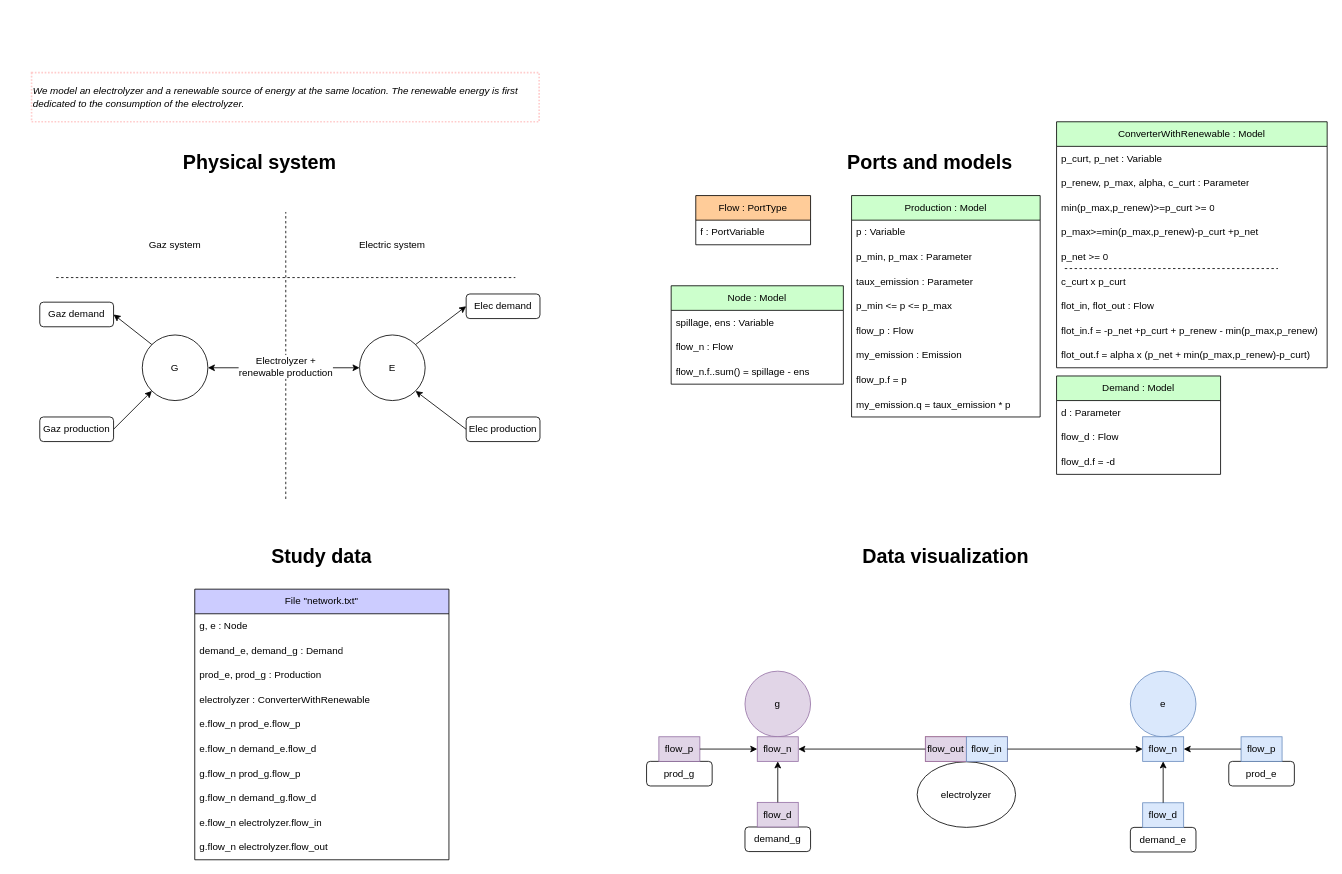
Above: page "unique_system" (2 of 3) of models-design/systems/electrolyzer_subject_to_renawable.drawio in AntaresSimulatorTeam/andromede-modeling-prototype (draw.io), before the change. Source tidied: cells renumbered, new cells numbered last; positions are measured from the earlier drawing's top-left corner, leaving out a move shared by most shapes. Both pictures are drawn from the tidied source at 82%, with x=0, y=0 at pixel (14, 72).
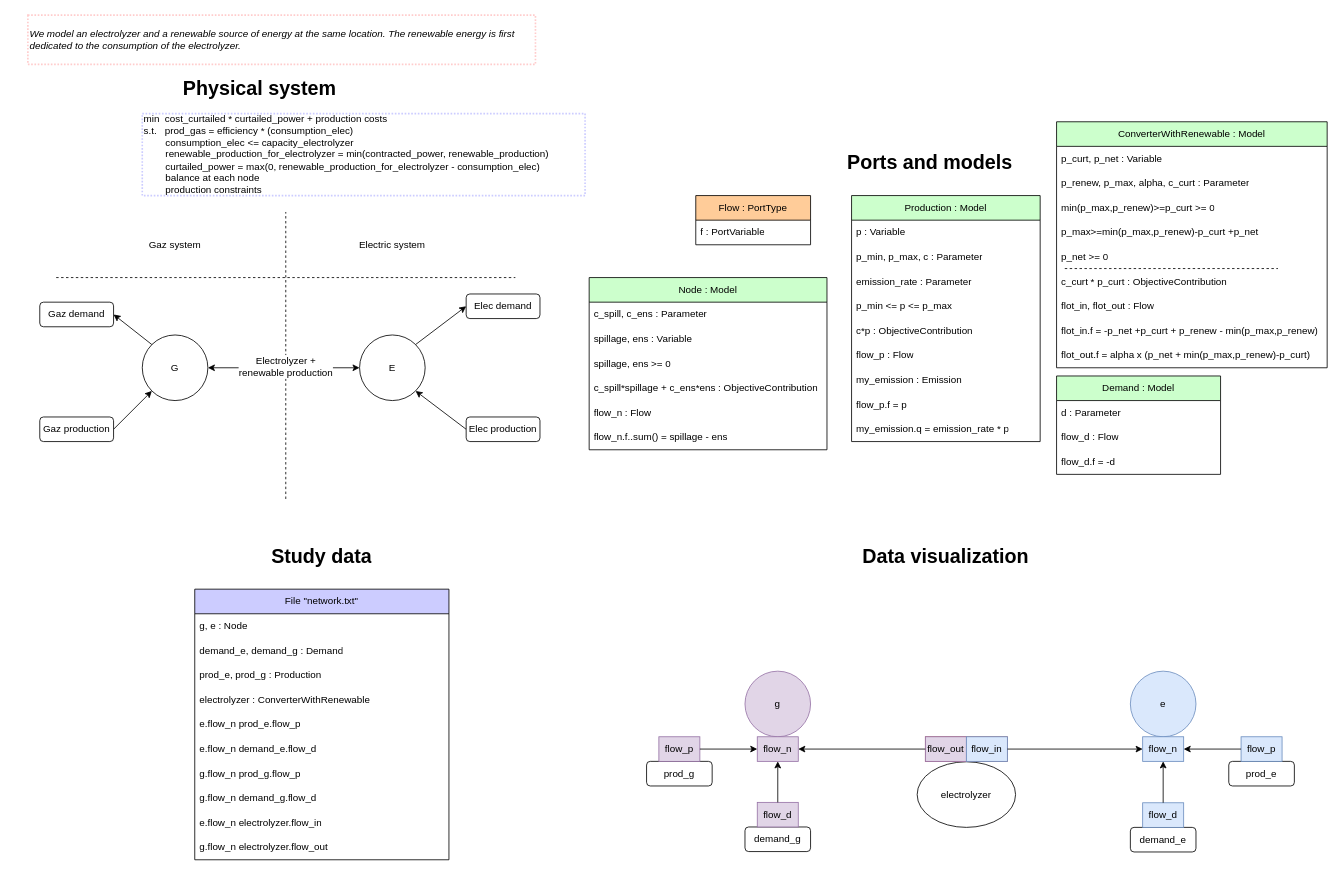
Above is the later version.

Unchanged cells that the change refers to:
```xml
<mxCell id="20" style="group;" parent="1" vertex="1">
  <mxGeometry x="781" y="90" width="820" height="460" as="geometry" />
</mxCell>
<mxCell id="28" value="&lt;font color=&quot;#000000&quot;&gt;ConverterWithRenewable : Model&lt;/font&gt;" style="swimlane;fontStyle=0;horizontal=1;startSize=30;whiteSpace=wrap;html=1;fillColor=#CCFFCC;" parent="20" vertex="1">
  <mxGeometry x="490" y="-30" width="330" height="300" as="geometry" />
</mxCell>
```

What changed in the source:
```diff
@@
     <mxCell id="19" value="&lt;h1&gt;Physical system&lt;br&gt;&lt;/h1&gt;" style="text;html=1;strokeColor=none;fillColor=none;spacing=5;spacingTop=-20;whiteSpace=wrap;overflow=hidden;rounded=0;" parent="1" vertex="1">
-      <mxGeometry x="201" y="90" width="250" height="40" as="geometry" />
+      <mxGeometry x="201" width="250" height="40" as="geometry" />
     </mxCell>
@@
-    <mxCell id="24" value="Node : Model" style="swimlane;fontStyle=0;horizontal=1;startSize=30;whiteSpace=wrap;html=1;fillColor=#CCFFCC;fontColor=#000000;" parent="20" vertex="1">
-      <mxGeometry x="20" y="170" width="210" height="120" as="geometry" />
-    </mxCell>
-    <mxCell id="25" value="spillage, ens : Variable" style="text;strokeColor=none;fillColor=none;align=left;verticalAlign=middle;spacingLeft=4;spacingRight=4;overflow=hidden;whiteSpace=wrap;html=1;" parent="24" vertex="1">
-      <mxGeometry y="30" width="210" height="30" as="geometry" />
-    </mxCell>
-    <mxCell id="26" value="flow_n : Flow" style="text;strokeColor=none;fillColor=none;align=left;verticalAlign=middle;spacingLeft=4;spacingRight=4;overflow=hidden;whiteSpace=wrap;html=1;" parent="24" vertex="1">
-      <mxGeometry y="60" width="210" height="30" as="geometry" />
-    </mxCell>
-    <mxCell id="27" value="flow_n.f..sum() = spillage - ens" style="text;strokeColor=none;fillColor=none;align=left;verticalAlign=middle;spacingLeft=4;spacingRight=4;overflow=hidden;whiteSpace=wrap;html=1;" parent="24" vertex="1">
-      <mxGeometry y="90" width="210" height="30" as="geometry" />
-    </mxCell>
@@
-    <mxCell id="34" value="c_curt x p_curt" style="text;strokeColor=none;fillColor=none;align=left;verticalAlign=middle;spacingLeft=4;spacingRight=4;overflow=hidden;whiteSpace=wrap;html=1;" parent="28" vertex="1">
+    <mxCell id="34" value="c_curt * p_curt : ObjectiveContribution" style="text;strokeColor=none;fillColor=none;align=left;verticalAlign=middle;spacingLeft=4;spacingRight=4;overflow=hidden;whiteSpace=wrap;html=1;" parent="28" vertex="1">
       <mxGeometry y="180" width="330" height="30" as="geometry" />
     </mxCell>
@@
+    <mxCell id="24" value="Node : Model" style="swimlane;fontStyle=0;horizontal=1;startSize=30;whiteSpace=wrap;html=1;fillColor=#CCFFCC;fontColor=#000000;" parent="20" vertex="1">
+      <mxGeometry x="-80" y="160" width="290" height="210" as="geometry" />
+    </mxCell>
+    <mxCell id="97" value="c_spill, c_ens : Parameter" style="text;strokeColor=none;fillColor=none;align=left;verticalAlign=middle;spacingLeft=4;spacingRight=4;overflow=hidden;whiteSpace=wrap;html=1;" parent="24" vertex="1">
+      <mxGeometry y="30" width="290" height="30" as="geometry" />
+    </mxCell>
+    <mxCell id="25" value="spillage, ens : Variable" style="text;strokeColor=none;fillColor=none;align=left;verticalAlign=middle;spacingLeft=4;spacingRight=4;overflow=hidden;whiteSpace=wrap;html=1;" parent="24" vertex="1">
+      <mxGeometry y="60" width="290" height="30" as="geometry" />
+    </mxCell>
+    <mxCell id="98" value="spillage, ens &amp;gt;= 0" style="text;strokeColor=none;fillColor=none;align=left;verticalAlign=middle;spacingLeft=4;spacingRight=4;overflow=hidden;whiteSpace=wrap;html=1;" parent="24" vertex="1">
+      <mxGeometry y="90" width="290" height="30" as="geometry" />
+    </mxCell>
+    <mxCell id="99" value="c_spill*spillage + c_ens*ens : ObjectiveContribution" style="text;strokeColor=none;fillColor=none;align=left;verticalAlign=middle;spacingLeft=4;spacingRight=4;overflow=hidden;whiteSpace=wrap;html=1;" parent="24" vertex="1">
+      <mxGeometry y="120" width="290" height="30" as="geometry" />
+    </mxCell>
+    <mxCell id="26" value="flow_n : Flow" style="text;strokeColor=none;fillColor=none;align=left;verticalAlign=middle;spacingLeft=4;spacingRight=4;overflow=hidden;whiteSpace=wrap;html=1;" parent="24" vertex="1">
+      <mxGeometry y="150" width="290" height="30" as="geometry" />
+    </mxCell>
+    <mxCell id="27" value="flow_n.f..sum() = spillage - ens" style="text;strokeColor=none;fillColor=none;align=left;verticalAlign=middle;spacingLeft=4;spacingRight=4;overflow=hidden;whiteSpace=wrap;html=1;" parent="24" vertex="1">
+      <mxGeometry y="180" width="290" height="30" as="geometry" />
+    </mxCell>
@@
     <mxCell id="87" value="Production : Model" style="swimlane;fontStyle=0;horizontal=1;startSize=30;whiteSpace=wrap;html=1;fillColor=#CCFFCC;fontColor=#000000;" parent="1" vertex="1">
-      <mxGeometry x="1021" y="150" width="230" height="270" as="geometry" />
+      <mxGeometry x="1021" y="150" width="230" height="300" as="geometry" />
     </mxCell>
@@
-    <mxCell id="89" value="p_min, p_max : Parameter" style="text;strokeColor=none;fillColor=none;align=left;verticalAlign=middle;spacingLeft=4;spacingRight=4;overflow=hidden;whiteSpace=wrap;html=1;" parent="87" vertex="1">
+    <mxCell id="89" value="p_min, p_max, c : Parameter" style="text;strokeColor=none;fillColor=none;align=left;verticalAlign=middle;spacingLeft=4;spacingRight=4;overflow=hidden;whiteSpace=wrap;html=1;" parent="87" vertex="1">
       <mxGeometry y="60" width="230" height="30" as="geometry" />
     </mxCell>
-    <mxCell id="90" value="taux_emission : Parameter" style="text;strokeColor=none;fillColor=none;align=left;verticalAlign=middle;spacingLeft=4;spacingRight=4;overflow=hidden;whiteSpace=wrap;html=1;" parent="87" vertex="1">
+    <mxCell id="90" value="emission_rate : Parameter" style="text;strokeColor=none;fillColor=none;align=left;verticalAlign=middle;spacingLeft=4;spacingRight=4;overflow=hidden;whiteSpace=wrap;html=1;" parent="87" vertex="1">
       <mxGeometry y="90" width="230" height="30" as="geometry" />
     </mxCell>
@@
+    <mxCell id="100" value="c*p : ObjectiveContribution" style="text;strokeColor=none;fillColor=none;align=left;verticalAlign=middle;spacingLeft=4;spacingRight=4;overflow=hidden;whiteSpace=wrap;html=1;" parent="87" vertex="1">
+      <mxGeometry y="150" width="230" height="30" as="geometry" />
+    </mxCell>
     <mxCell id="92" value="flow_p : Flow" style="text;strokeColor=none;fillColor=none;align=left;verticalAlign=middle;spacingLeft=4;spacingRight=4;overflow=hidden;whiteSpace=wrap;html=1;" parent="87" vertex="1">
-      <mxGeometry y="150" width="230" height="30" as="geometry" />
+      <mxGeometry y="180" width="230" height="30" as="geometry" />
     </mxCell>
     <mxCell id="93" value="my_emission : Emission" style="text;strokeColor=none;fillColor=none;align=left;verticalAlign=middle;spacingLeft=4;spacingRight=4;overflow=hidden;whiteSpace=wrap;html=1;" parent="87" vertex="1">
-      <mxGeometry y="180" width="230" height="30" as="geometry" />
+      <mxGeometry y="210" width="230" height="30" as="geometry" />
     </mxCell>
     <mxCell id="94" value="flow_p.f = p" style="text;strokeColor=none;fillColor=none;align=left;verticalAlign=middle;spacingLeft=4;spacingRight=4;overflow=hidden;whiteSpace=wrap;html=1;" parent="87" vertex="1">
-      <mxGeometry y="210" width="230" height="30" as="geometry" />
+      <mxGeometry y="240" width="230" height="30" as="geometry" />
     </mxCell>
-    <mxCell id="95" value="my_emission.q = taux_emission * p" style="text;strokeColor=none;fillColor=none;align=left;verticalAlign=middle;spacingLeft=4;spacingRight=4;overflow=hidden;whiteSpace=wrap;html=1;" parent="87" vertex="1">
-      <mxGeometry y="240" width="230" height="30" as="geometry" />
+    <mxCell id="95" value="my_emission.q = emission_rate * p" style="text;strokeColor=none;fillColor=none;align=left;verticalAlign=middle;spacingLeft=4;spacingRight=4;overflow=hidden;whiteSpace=wrap;html=1;" parent="87" vertex="1">
+      <mxGeometry y="270" width="230" height="30" as="geometry" />
     </mxCell>
     <mxCell id="96" value="&lt;i&gt;We model an electrolyzer and a renewable source of energy at the same location. The renewable energy is first dedicated to the consumption of the electrolyzer.&lt;/i&gt;" style="text;html=1;strokeColor=#FFCCCC;fillColor=none;align=left;verticalAlign=middle;whiteSpace=wrap;rounded=0;dashed=1;dashPattern=1 1;strokeWidth=2;" parent="1" vertex="1">
-      <mxGeometry x="21" width="619" height="60" as="geometry" />
+      <mxGeometry x="16.5" y="-70" width="619" height="60" as="geometry" />
     </mxCell>
+    <mxCell id="101" value="min&amp;nbsp; cost_curtailed * curtailed_power + production costs&amp;nbsp;&lt;br&gt;s.t.&amp;nbsp; &amp;nbsp;prod_gas = efficiency * (consumption_elec)&amp;nbsp;&lt;br&gt;&lt;span style=&quot;white-space: pre;&quot;&gt;&#9;&lt;/span&gt;consumption_elec &amp;lt;= capacity_electrolyzer&lt;br&gt;&lt;span style=&quot;white-space: pre;&quot;&gt;&#9;&lt;/span&gt;renewable_production_for_electrolyzer = min(contracted_power, renewable_production)&lt;br&gt;&lt;span style=&quot;white-space: pre;&quot;&gt;&#9;&lt;/span&gt;curtailed_power = max(0, renewable_production_for_electrolyzer - consumption_elec)&lt;br&gt;&lt;span style=&quot;white-space: pre;&quot;&gt;&#9;&lt;/span&gt;balance at each node&lt;br&gt;&lt;span style=&quot;white-space: pre;&quot;&gt;&#9;&lt;/span&gt;production constraints" style="text;html=1;strokeColor=#CCCCFF;fillColor=none;align=left;verticalAlign=middle;whiteSpace=wrap;rounded=0;dashed=1;dashPattern=1 1;strokeWidth=2;" parent="1" vertex="1">
+      <mxGeometry x="156" y="50" width="540" height="100" as="geometry" />
+    </mxCell>
```
